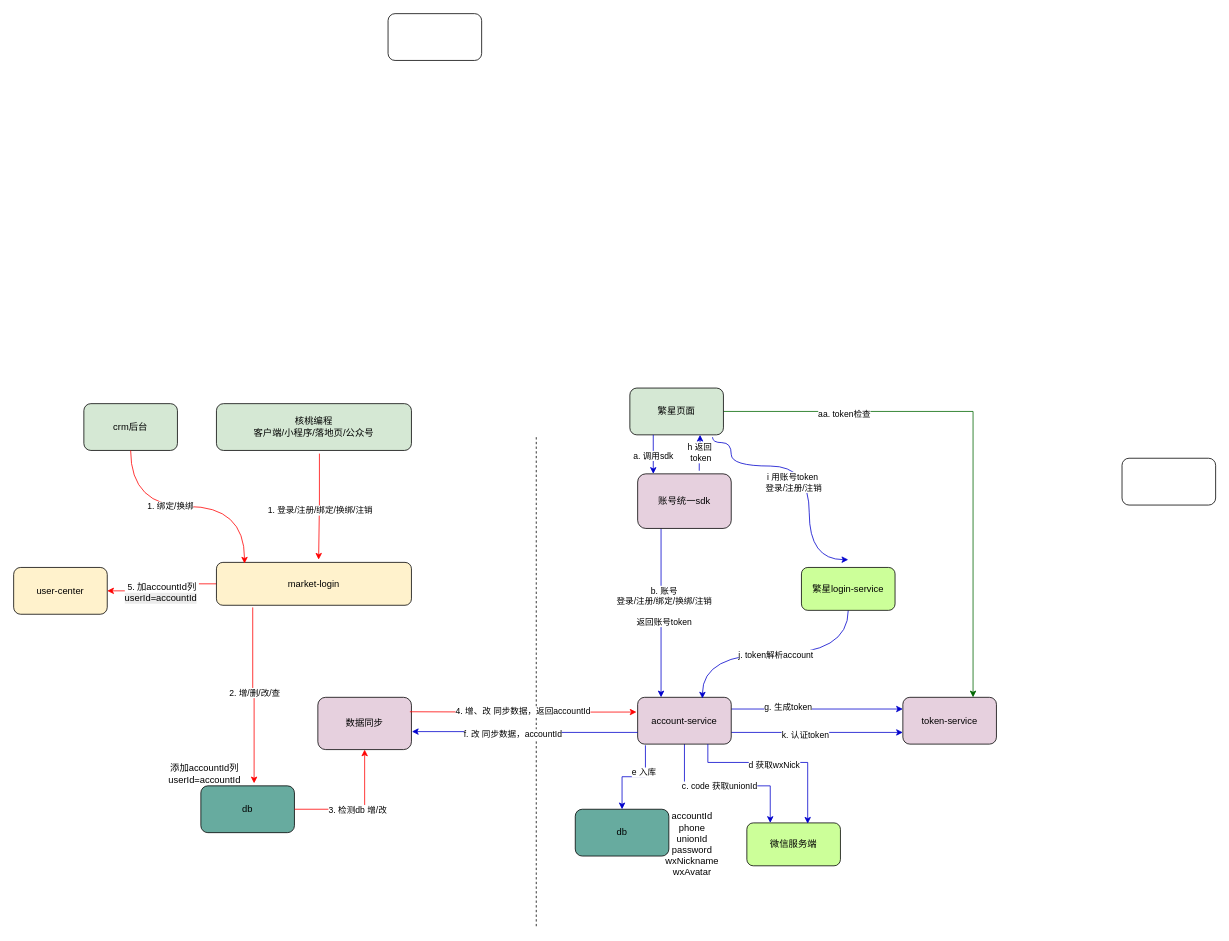
Before: 账号重构.drawio in xiell2016/hetaoDesign, a draw.io diagram. Source tidied: cells renumbered, new cells numbered last; positions are measured from the earlier drawing's top-left corner, leaving out a move shared by most shapes. Both pictures are drawn from the tidied source at 78%, with x=0, y=0 at pixel (13, 13).
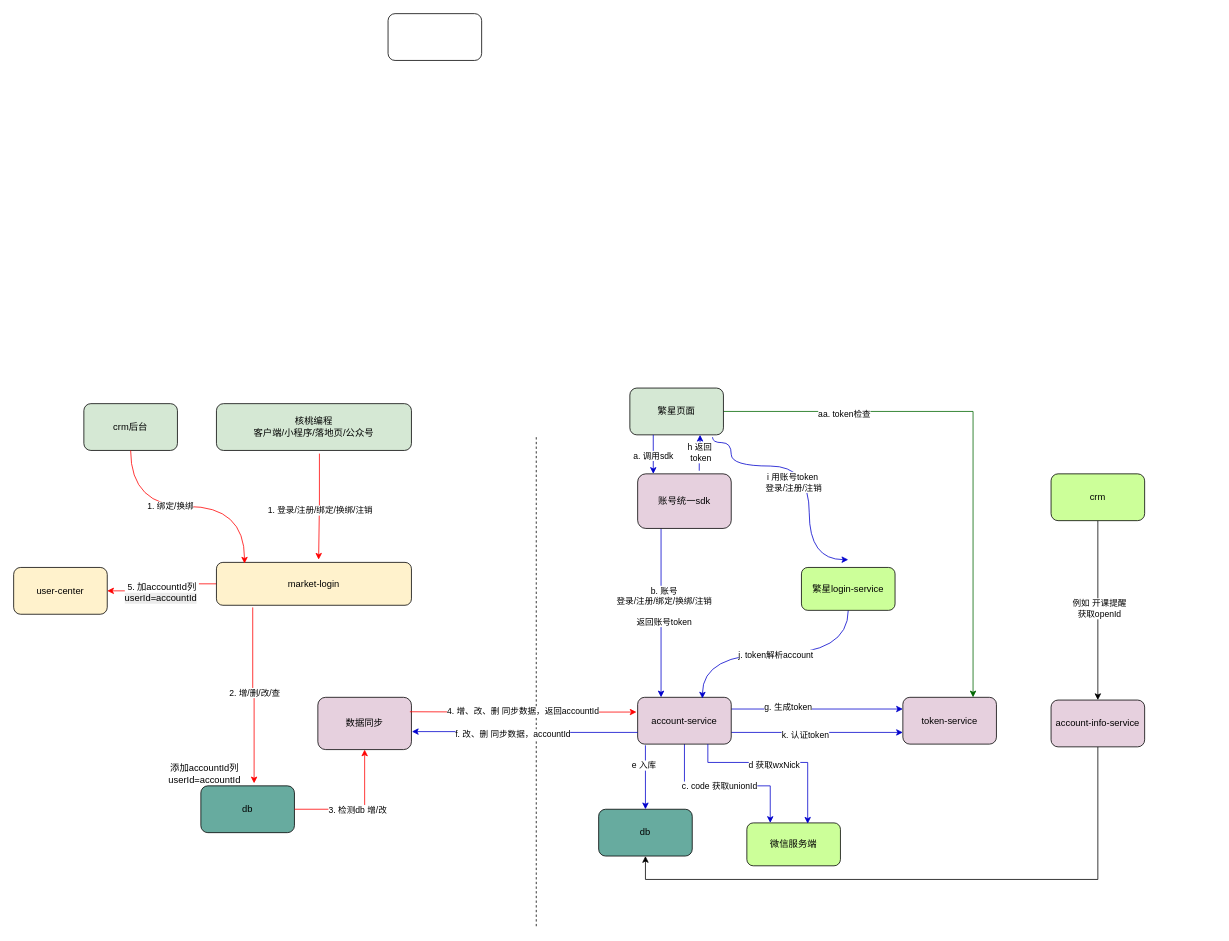
The same page after the edit.

Commit message:
更新账号重构.drawio

Unchanged cells that the change refers to:
```xml
<mxCell id="42" style="edgeStyle=orthogonalEdgeStyle;rounded=0;jettySize=auto;html=1;exitX=0;exitY=0.75;exitDx=0;exitDy=0;entryX=1.005;entryY=0.656;entryDx=0;entryDy=0;entryPerimeter=0;strokeColor=#0000CC;" parent="1" edge="1" source="26" target="27">
  <mxGeometry relative="1" as="geometry" />
</mxCell>
```

Diff of the diagram source:
```diff
@@
     <mxCell id="8" value="db" style="rounded=1;whiteSpace=wrap;html=1;fillColor=#67AB9F;" parent="1" vertex="1">
-      <mxGeometry x="720" y="1020" width="120" height="60" as="geometry" />
+      <mxGeometry x="750" y="1020" width="120" height="60" as="geometry" />
     </mxCell>
@@
-    <mxCell id="28" value="4. 增、改 同步数据，返回accountId" style="edgeStyle=orthogonalEdgeStyle;rounded=0;orthogonalLoop=1;jettySize=auto;html=1;entryX=0;entryY=0.75;entryDx=0;entryDy=0;exitX=0.996;exitY=0.666;exitDx=0;exitDy=0;exitPerimeter=0;fillColor=#FF0000;strokeColor=#FF0000;" parent="1" edge="1">
+    <mxCell id="28" value="4. 增、改、删 同步数据，返回accountId" style="edgeStyle=orthogonalEdgeStyle;rounded=0;orthogonalLoop=1;jettySize=auto;html=1;entryX=0;entryY=0.75;entryDx=0;entryDy=0;exitX=0.996;exitY=0.666;exitDx=0;exitDy=0;exitPerimeter=0;fillColor=#FF0000;strokeColor=#FF0000;" parent="1" edge="1">
       <mxGeometry relative="1" as="geometry">
         <mxPoint x="508" y="895" as="sourcePoint" />
         <mxPoint x="798.5" y="895.4" as="targetPoint" />
       </mxGeometry>
     </mxCell>
@@
+    <mxCell id="55" style="edgeStyle=orthogonalEdgeStyle;rounded=0;jettySize=auto;html=1;exitX=0.5;exitY=1;exitDx=0;exitDy=0;entryX=0.5;entryY=0;entryDx=0;entryDy=0;" parent="1" edge="1" source="37" target="58">
+      <mxGeometry relative="1" as="geometry" />
+    </mxCell>
+    <mxCell id="56" value="例如 开课提醒&lt;div&gt;获取openId&lt;/div&gt;" style="edgeLabel;html=1;align=center;verticalAlign=middle;" parent="55" vertex="1">
+      <mxGeometry x="-0.03" y="1" relative="1" as="geometry" />
+    </mxCell>
-    <mxCell id="37" style="rounded=1;whiteSpace=wrap;html=1;" parent="1" vertex="1">
-      <mxGeometry x="1421" y="570" width="120" height="60" as="geometry" />
+    <mxCell id="37" value="crm" style="rounded=1;whiteSpace=wrap;html=1;fillColor=#CCFF99;" parent="1" vertex="1">
+      <mxGeometry x="1330" y="590" width="120" height="60" as="geometry" />
     </mxCell>
@@
-    <mxCell id="43" value="f. 改 同步数据，accountId" style="edgeLabel;html=1;align=center;verticalAlign=middle;" parent="42" vertex="1">
+    <mxCell id="43" value="f. 改、删 同步数据，accountId" style="edgeLabel;html=1;align=center;verticalAlign=middle;" parent="42" vertex="1">
       <mxGeometry x="0.11" y="3" relative="1" as="geometry" />
     </mxCell>
@@
-    <mxCell id="45" value="accountId&lt;div&gt;phone&lt;/div&gt;&lt;div&gt;unionId&lt;/div&gt;&lt;div&gt;password&lt;/div&gt;&lt;div&gt;wxNickname&lt;br&gt;wxAvatar&lt;/div&gt;" style="text;html=1;align=center;verticalAlign=middle;whiteSpace=wrap;rounded=0;" parent="1" vertex="1">
-      <mxGeometry x="840" y="1050" width="60" height="30" as="geometry" />
-    </mxCell>
@@
+    <mxCell id="57" style="edgeStyle=orthogonalEdgeStyle;rounded=0;jettySize=auto;html=1;exitX=0.5;exitY=1;exitDx=0;exitDy=0;entryX=0.5;entryY=1;entryDx=0;entryDy=0;" parent="1" edge="1" source="58" target="8">
+      <mxGeometry relative="1" as="geometry">
+        <Array as="points">
+          <mxPoint x="1390" y="1110" />
+          <mxPoint x="810" y="1110" />
+        </Array>
+      </mxGeometry>
+    </mxCell>
+    <mxCell id="58" value="account-info-service" style="rounded=1;whiteSpace=wrap;html=1;fillColor=#E6D0DE;" parent="1" vertex="1">
+      <mxGeometry x="1330" y="880" width="120" height="60" as="geometry" />
+    </mxCell>
```
